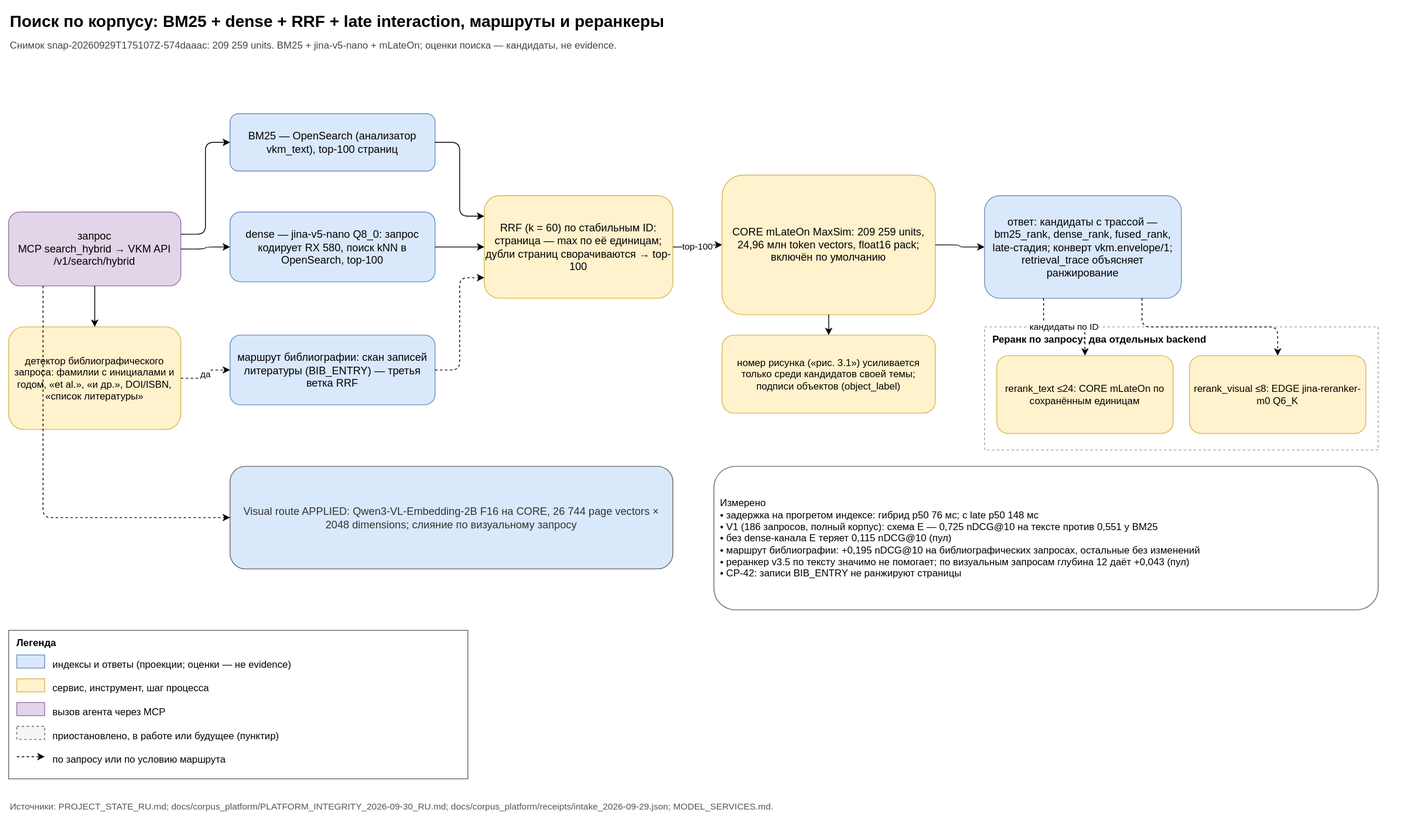
SUKUNA-AI/vkm-subsidence-forecasting keeps this draw.io diagram as docs/diagrams/hybrid_search.svg. Above is the earlier version. Source tidied: cells renumbered, new cells last; positions are measured from the earlier drawing's top-left corner, leaving out a move shared by most shapes.
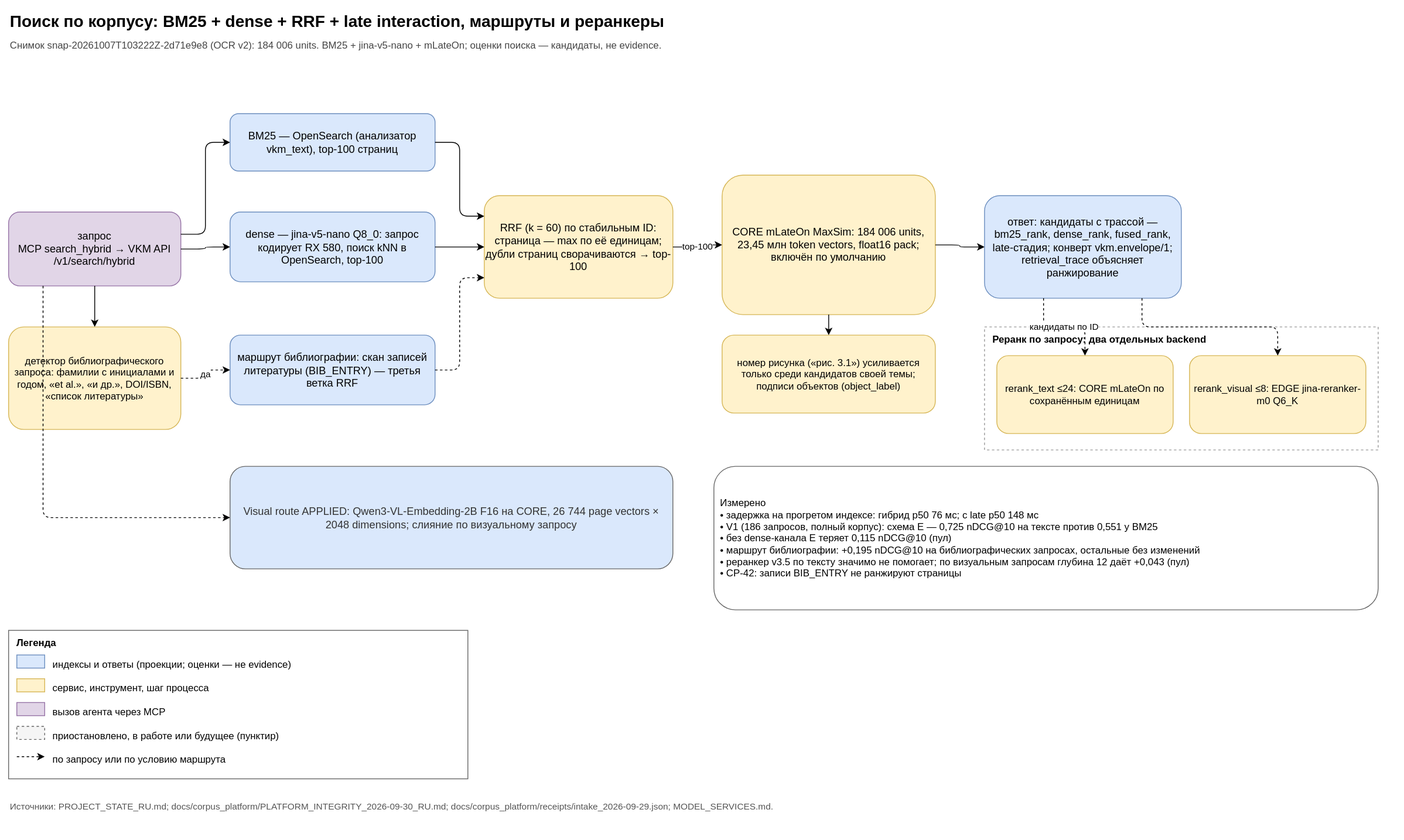
After the change.

The edit, as a diff of the source:
```diff
@@ -5,7 +5,7 @@
     <mxCell id="2" value="Поиск по корпусу: BM25 + dense + RRF + late interaction, маршруты и реранкеры" style="text;align=left;fontSize=20;fontStyle=1;html=1;verticalAlign=middle;whiteSpace=wrap;" parent="1" vertex="1">
       <mxGeometry width="1680" height="30" as="geometry" />
     </mxCell>
-    <mxCell id="3" value="Снимок snap-20260929T175107Z-574daaac: 209 259 units. BM25 + jina-v5-nano + mLateOn; оценки поиска — кандидаты, не evidence." style="text;align=left;fontColor=#444444;fontSize=12;html=1;verticalAlign=middle;whiteSpace=wrap;" parent="1" vertex="1">
+    <mxCell id="3" value="Снимок snap-20261007T103222Z-2d71e9e8 (OCR v2): 184 006 units. BM25 + jina-v5-nano + mLateOn; оценки поиска — кандидаты, не evidence." style="text;align=left;fontColor=#444444;fontSize=12;html=1;verticalAlign=middle;whiteSpace=wrap;" parent="1" vertex="1">
       <mxGeometry y="32" width="1680" height="25" as="geometry" />
     </mxCell>
     <mxCell id="4" value="запрос&lt;br&gt;MCP search_hybrid → VKM API /v1/search/hybrid" style="fillColor=#e1d5e7;fontSize=13;html=1;rounded=1;strokeColor=#9673a6;whiteSpace=wrap;" parent="1" vertex="1">
@@ -26,7 +26,7 @@
     <mxCell id="9" value="RRF (k = 60) по стабильным ID: страница — max по её единицам; дубли страниц сворачиваются → top-100" style="fillColor=#fff2cc;fontSize=13;html=1;rounded=1;strokeColor=#d6b656;whiteSpace=wrap;" parent="1" vertex="1">
       <mxGeometry x="580" y="228" width="230" height="125" as="geometry" />
     </mxCell>
-    <mxCell id="10" value="CORE mLateOn MaxSim: 209 259 units, 24,96 млн token vectors, float16 pack; включён по умолчанию" style="fillColor=#fff2cc;fontSize=13;html=1;rounded=1;strokeColor=#d6b656;whiteSpace=wrap;" parent="1" vertex="1">
+    <mxCell id="10" value="CORE mLateOn MaxSim: 184 006 units, 23,45 млн token vectors, float16 pack; включён по умолчанию" style="fillColor=#fff2cc;fontSize=13;html=1;rounded=1;strokeColor=#d6b656;whiteSpace=wrap;" parent="1" vertex="1">
       <mxGeometry x="870" y="203" width="260" height="170" as="geometry" />
     </mxCell>
     <mxCell id="11" value="номер рисунка («рис. 3.1») усиливается только среди кандидатов своей темы; подписи объектов (object_label)" style="fillColor=#fff2cc;fontSize=12;html=1;rounded=1;strokeColor=#d6b656;whiteSpace=wrap;" parent="1" vertex="1">
```
